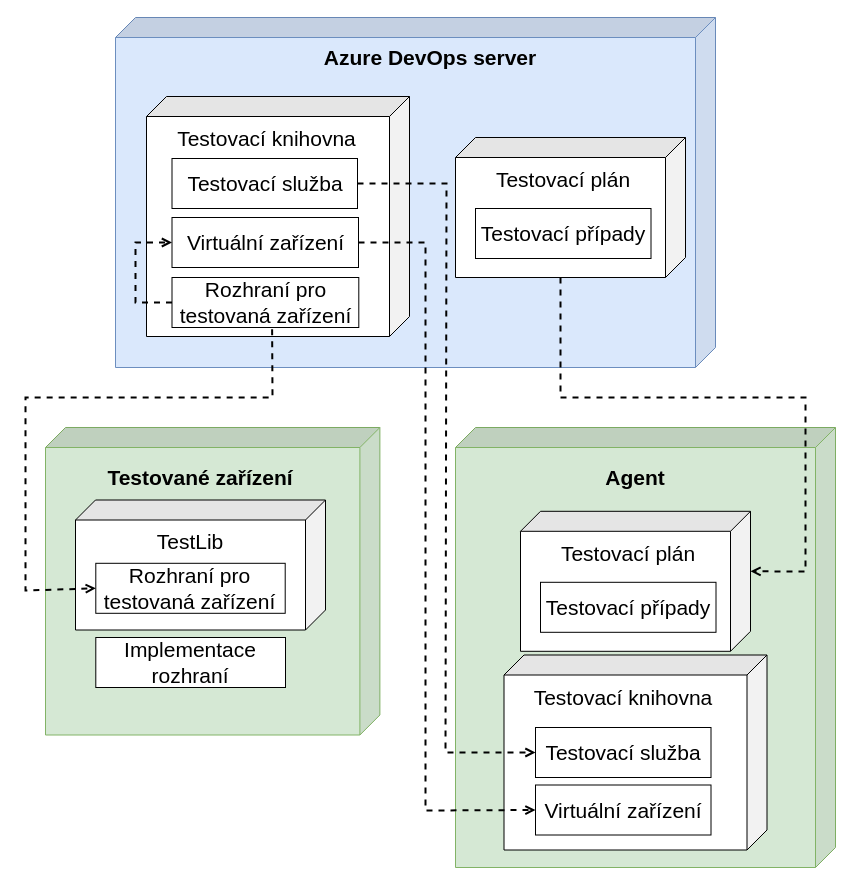
The draw.io diagram assets/img/src/deploymentmodel.drawio in wheeeper/bachelors-thesis, before the edit. Source tidied: cells renumbered, new cells numbered last; positions are measured from the earlier drawing's top-left corner, leaving out a move shared by most shapes. Both pictures are drawn from the tidied source at 100%, with x=0, y=0 at pixel (25, 17).
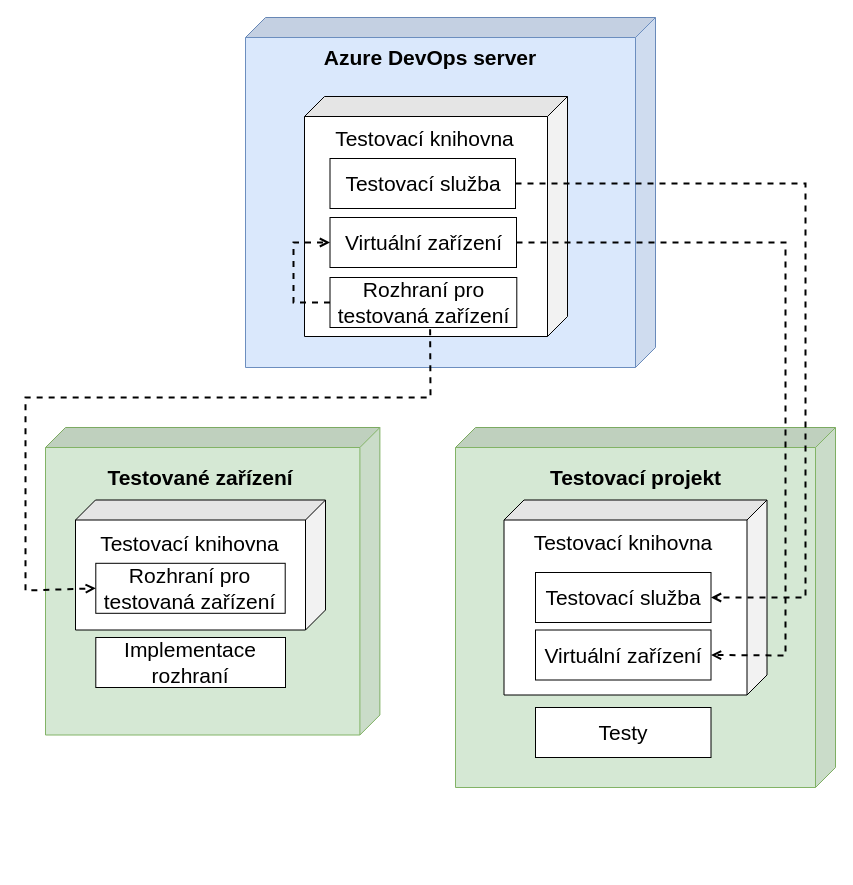
The same page after the edit.

The change refers to these unchanged cells:
```xml
<mxCell id="19" value="Rozhraní pro testovaná zařízení" style="rounded=0;whiteSpace=wrap;html=1;fontSize=21;" parent="1" vertex="1">
  <mxGeometry x="70.3" y="545.8" width="189.4" height="50" as="geometry" />
</mxCell>
```

The edit, as a diff of the source:
```diff
@@
     <mxCell id="4" style="shape=cube;whiteSpace=wrap;html=1;boundedLbl=1;backgroundOutline=1;darkOpacity=0.05;darkOpacity2=0.1;direction=south;fillColor=#dae8fc;strokeColor=#6c8ebf;fontSize=21;" parent="1" vertex="1">
-      <mxGeometry x="90" width="600" height="350" as="geometry" />
+      <mxGeometry x="220" width="410" height="350" as="geometry" />
     </mxCell>
@@
     <mxCell id="6" style="shape=cube;whiteSpace=wrap;html=1;boundedLbl=1;backgroundOutline=1;darkOpacity=0.05;darkOpacity2=0.1;direction=south;fontSize=21;" parent="1" vertex="1">
-      <mxGeometry x="121" y="79" width="263" height="240" as="geometry" />
+      <mxGeometry x="279" y="79" width="263" height="240" as="geometry" />
     </mxCell>
     <mxCell id="7" value="Testovací knihovna" style="text;html=1;strokeColor=none;fillColor=none;align=center;verticalAlign=middle;whiteSpace=wrap;rounded=0;fontSize=21;" parent="1" vertex="1">
-      <mxGeometry x="146.5" y="111" width="189" height="20" as="geometry" />
+      <mxGeometry x="304.5" y="111" width="189" height="20" as="geometry" />
     </mxCell>
     <mxCell id="8" style="shape=cube;whiteSpace=wrap;html=1;boundedLbl=1;backgroundOutline=1;darkOpacity=0.05;darkOpacity2=0.1;direction=south;fillColor=#d5e8d4;strokeColor=#82b366;fontSize=21;" parent="1" vertex="1">
-      <mxGeometry x="430" y="410" width="380" height="440" as="geometry" />
+      <mxGeometry x="430" y="410" width="380" height="360" as="geometry" />
     </mxCell>
-    <mxCell id="9" value="Agent&lt;br style=&quot;font-size: 21px;&quot;&gt;" style="text;html=1;strokeColor=none;fillColor=none;align=center;verticalAlign=middle;whiteSpace=wrap;rounded=0;fontStyle=1;fontSize=21;" parent="1" vertex="1">
-      <mxGeometry x="590" y="450" width="40" height="20" as="geometry" />
+    <mxCell id="9" value="Testovací projekt" style="text;html=1;strokeColor=none;fillColor=none;align=center;verticalAlign=middle;whiteSpace=wrap;rounded=0;fontStyle=1;fontSize=21;" parent="1" vertex="1">
+      <mxGeometry x="522.5" y="450" width="175" height="20" as="geometry" />
     </mxCell>
     <mxCell id="10" value="Testovací služba" style="rounded=0;whiteSpace=wrap;html=1;fontSize=21;" parent="1" vertex="1">
-      <mxGeometry x="146.5" y="141" width="185.5" height="50" as="geometry" />
+      <mxGeometry x="304.5" y="141" width="185.5" height="50" as="geometry" />
     </mxCell>
     <mxCell id="11" value="Rozhraní pro testovaná zařízení" style="rounded=0;whiteSpace=wrap;html=1;fontSize=21;" parent="1" vertex="1">
-      <mxGeometry x="146.5" y="260" width="186.8" height="50" as="geometry" />
+      <mxGeometry x="304.5" y="260" width="186.8" height="50" as="geometry" />
     </mxCell>
     <mxCell id="12" value="Virtuální zařízení" style="rounded=0;whiteSpace=wrap;html=1;fontSize=21;" parent="1" vertex="1">
-      <mxGeometry x="146.5" y="200" width="186.5" height="50" as="geometry" />
+      <mxGeometry x="304.5" y="200" width="186.5" height="50" as="geometry" />
     </mxCell>
     <mxCell id="13" style="shape=cube;whiteSpace=wrap;html=1;boundedLbl=1;backgroundOutline=1;darkOpacity=0.05;darkOpacity2=0.1;direction=south;fontSize=21;" parent="1" vertex="1">
-      <mxGeometry x="478.5" y="637.5" width="263" height="195" as="geometry" />
+      <mxGeometry x="478.5" y="482.5" width="263" height="195" as="geometry" />
     </mxCell>
     <mxCell id="14" value="Testovací knihovna" style="text;html=1;strokeColor=none;fillColor=none;align=center;verticalAlign=middle;whiteSpace=wrap;rounded=0;fontSize=21;" parent="1" vertex="1">
-      <mxGeometry x="506.6" y="670" width="182.2" height="20" as="geometry" />
+      <mxGeometry x="506.6" y="515" width="182.2" height="20" as="geometry" />
     </mxCell>
     <mxCell id="15" value="Testovací služba" style="rounded=0;whiteSpace=wrap;html=1;fontSize=21;" parent="1" vertex="1">
-      <mxGeometry x="510" y="710" width="175.5" height="50" as="geometry" />
+      <mxGeometry x="510" y="555" width="175.5" height="50" as="geometry" />
     </mxCell>
     <mxCell id="16" value="Virtuální zařízení" style="rounded=0;whiteSpace=wrap;html=1;fontSize=21;" parent="1" vertex="1">
-      <mxGeometry x="510" y="767.5" width="175.5" height="50" as="geometry" />
+      <mxGeometry x="510" y="612.5" width="175.5" height="50" as="geometry" />
     </mxCell>
@@
-    <mxCell id="18" value="TestLib" style="text;html=1;strokeColor=none;fillColor=none;align=center;verticalAlign=middle;whiteSpace=wrap;rounded=0;fontSize=21;" parent="1" vertex="1">
-      <mxGeometry x="85" y="513.5" width="160" height="20" as="geometry" />
-    </mxCell>
@@
-    <mxCell id="21" style="shape=cube;whiteSpace=wrap;html=1;boundedLbl=1;backgroundOutline=1;darkOpacity=0.05;darkOpacity2=0.1;direction=south;fontSize=21;" parent="1" vertex="1">
-      <mxGeometry x="430" y="120" width="230" height="140" as="geometry" />
-    </mxCell>
-    <mxCell id="22" value="Testovací plán" style="text;html=1;strokeColor=none;fillColor=none;align=center;verticalAlign=middle;whiteSpace=wrap;rounded=0;fontSize=21;" parent="1" vertex="1">
-      <mxGeometry x="457.8" y="152" width="160" height="20" as="geometry" />
-    </mxCell>
-    <mxCell id="23" value="Testovací případy" style="rounded=0;whiteSpace=wrap;html=1;fontSize=21;" parent="1" vertex="1">
-      <mxGeometry x="450" y="191" width="175.5" height="50" as="geometry" />
-    </mxCell>
-    <mxCell id="24" style="edgeStyle=orthogonalEdgeStyle;rounded=0;orthogonalLoop=1;jettySize=auto;html=1;exitX=0.5;exitY=1;exitDx=0;exitDy=0;fontSize=21;" parent="1" edge="1" source="22" target="22">
-      <mxGeometry relative="1" as="geometry" />
+    <mxCell id="24" style="edgeStyle=orthogonalEdgeStyle;rounded=0;orthogonalLoop=1;jettySize=auto;html=1;exitX=0.5;exitY=1;exitDx=0;exitDy=0;fontSize=21;" parent="1" edge="1">
+      <mxGeometry relative="1" as="geometry">
+        <mxPoint x="667.8" y="172" as="sourcePoint" />
+        <mxPoint x="667.8" y="172" as="targetPoint" />
+      </mxGeometry>
     </mxCell>
-    <mxCell id="25" style="shape=cube;whiteSpace=wrap;html=1;boundedLbl=1;backgroundOutline=1;darkOpacity=0.05;darkOpacity2=0.1;direction=south;fontSize=21;" parent="1" vertex="1">
-      <mxGeometry x="495" y="493.8" width="230" height="140" as="geometry" />
-    </mxCell>
-    <mxCell id="26" value="Testovací plán" style="text;html=1;strokeColor=none;fillColor=none;align=center;verticalAlign=middle;whiteSpace=wrap;rounded=0;fontSize=21;" parent="1" vertex="1">
-      <mxGeometry x="522.8" y="525.8" width="160" height="20" as="geometry" />
-    </mxCell>
-    <mxCell id="27" value="Testovací případy" style="rounded=0;whiteSpace=wrap;html=1;fontSize=21;" parent="1" vertex="1">
-      <mxGeometry x="515" y="564.8" width="175.5" height="50" as="geometry" />
-    </mxCell>
-    <mxCell id="28" style="edgeStyle=orthogonalEdgeStyle;rounded=0;orthogonalLoop=1;jettySize=auto;html=1;exitX=0.5;exitY=1;exitDx=0;exitDy=0;fontSize=21;" parent="1" edge="1" source="26" target="26">
-      <mxGeometry relative="1" as="geometry" />
+    <mxCell id="28" style="edgeStyle=orthogonalEdgeStyle;rounded=0;orthogonalLoop=1;jettySize=auto;html=1;exitX=0.5;exitY=1;exitDx=0;exitDy=0;fontSize=21;" parent="1" edge="1">
+      <mxGeometry relative="1" as="geometry">
+        <mxPoint x="602.8" y="545.8" as="sourcePoint" />
+        <mxPoint x="602.8" y="545.8" as="targetPoint" />
+      </mxGeometry>
     </mxCell>
-    <mxCell id="29" style="endArrow=open;dashed=1;html=1;exitX=0;exitY=0;exitDx=140;exitDy=125;exitPerimeter=0;entryX=0;entryY=0;entryDx=60;entryDy=0;entryPerimeter=0;rounded=0;endFill=0;strokeWidth=2;" parent="1" edge="1" source="21" target="25">
-      <mxGeometry relative="1" as="geometry">
-        <Array as="points">
-          <mxPoint x="535" y="380" />
-          <mxPoint x="780" y="380" />
-          <mxPoint x="780" y="554" />
-        </Array>
-      </mxGeometry>
-    </mxCell>
-    <mxCell id="30" style="endArrow=open;dashed=1;html=1;strokeWidth=2;endFill=0;exitX=1;exitY=0.5;exitDx=0;exitDy=0;entryX=0;entryY=0.5;entryDx=0;entryDy=0;rounded=0;" parent="1" edge="1" source="10" target="15">
+    <mxCell id="30" style="endArrow=open;dashed=1;html=1;strokeWidth=2;endFill=0;exitX=1;exitY=0.5;exitDx=0;exitDy=0;entryX=1;entryY=0.5;entryDx=0;entryDy=0;rounded=0;" parent="1" edge="1" source="10" target="15">
       <mxGeometry relative="1" as="geometry">
         <Array as="points">
-          <mxPoint x="421" y="166" />
-          <mxPoint x="420" y="735" />
+          <mxPoint x="780" y="166" />
+          <mxPoint x="780" y="580" />
         </Array>
       </mxGeometry>
     </mxCell>
-    <mxCell id="31" style="endArrow=open;dashed=1;html=1;strokeWidth=2;endFill=0;rounded=0;exitX=1;exitY=0.5;exitDx=0;exitDy=0;entryX=0;entryY=0.5;entryDx=0;entryDy=0;" parent="1" edge="1" source="12" target="16">
+    <mxCell id="31" style="endArrow=open;dashed=1;html=1;strokeWidth=2;endFill=0;rounded=0;exitX=1;exitY=0.5;exitDx=0;exitDy=0;entryX=1;entryY=0.5;entryDx=0;entryDy=0;" parent="1" edge="1" source="12" target="16">
       <mxGeometry relative="1" as="geometry">
         <Array as="points">
-          <mxPoint x="400" y="225" />
-          <mxPoint x="400" y="793" />
+          <mxPoint x="760" y="225" />
+          <mxPoint x="760" y="638" />
         </Array>
       </mxGeometry>
     </mxCell>
     <mxCell id="32" style="endArrow=open;dashed=1;html=1;strokeWidth=2;endFill=0;rounded=0;exitX=0.536;exitY=1.037;exitDx=0;exitDy=0;entryX=0;entryY=0.5;entryDx=0;entryDy=0;exitPerimeter=0;" parent="1" edge="1" source="11" target="19">
       <mxGeometry relative="1" as="geometry">
         <Array as="points">
-          <mxPoint x="247" y="380" />
+          <mxPoint x="405" y="380" />
           <mxPoint y="380" />
           <mxPoint y="573" />
         </Array>
       </mxGeometry>
     </mxCell>
     <mxCell id="33" style="endArrow=open;dashed=1;html=1;strokeWidth=2;endFill=0;rounded=0;exitX=0;exitY=0.5;exitDx=0;exitDy=0;entryX=0;entryY=0.5;entryDx=0;entryDy=0;" parent="1" edge="1" source="11" target="12">
       <mxGeometry relative="1" as="geometry">
         <Array as="points">
-          <mxPoint x="110" y="285" />
-          <mxPoint x="110" y="225" />
+          <mxPoint x="268" y="285" />
+          <mxPoint x="268" y="225" />
         </Array>
       </mxGeometry>
     </mxCell>
+    <mxCell id="34" value="Testovací knihovna" style="text;html=1;strokeColor=none;fillColor=none;align=center;verticalAlign=middle;whiteSpace=wrap;rounded=0;fontSize=21;" parent="1" vertex="1">
+      <mxGeometry x="70.3" y="516" width="189" height="20" as="geometry" />
+    </mxCell>
+    <mxCell id="35" value="Testy" style="rounded=0;whiteSpace=wrap;html=1;fontSize=21;" parent="1" vertex="1">
+      <mxGeometry x="510" y="690" width="175.5" height="50" as="geometry" />
+    </mxCell>
```
